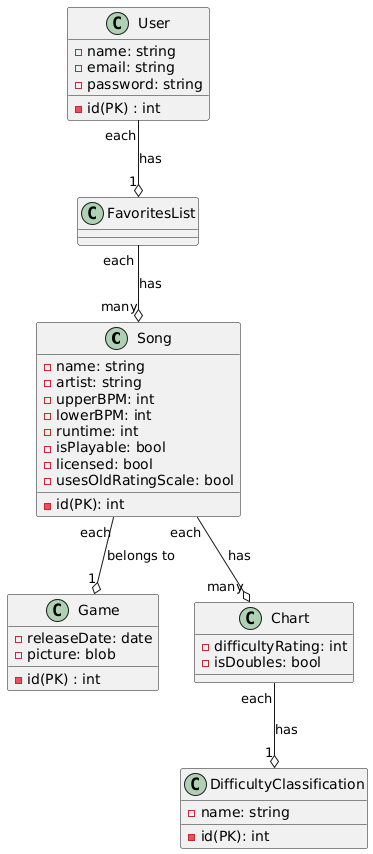
The PlantUML diagram pictures/umlchart.png in Patresia-A/final-project-plankton-paranoia, before a commit.
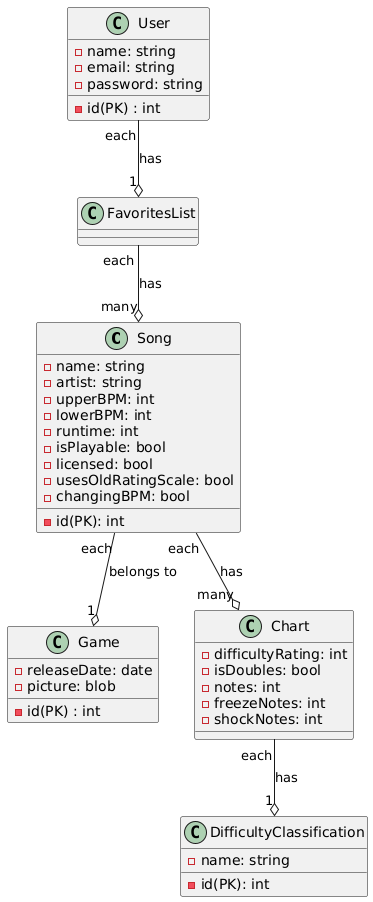
After the change.

What changed in the source:
```diff
@@ -9,6 +9,7 @@
     - isPlayable: bool
     - licensed: bool
     - usesOldRatingScale: bool
+    - changingBPM: bool
 }
 class Game{
     - id(PK) : int
@@ -18,6 +19,9 @@
 class Chart{
     - difficultyRating: int
     - isDoubles: bool
+    - notes: int
+    - freezeNotes: int
+    - shockNotes: int
 }
 class DifficultyClassification{
     - name: string
```
